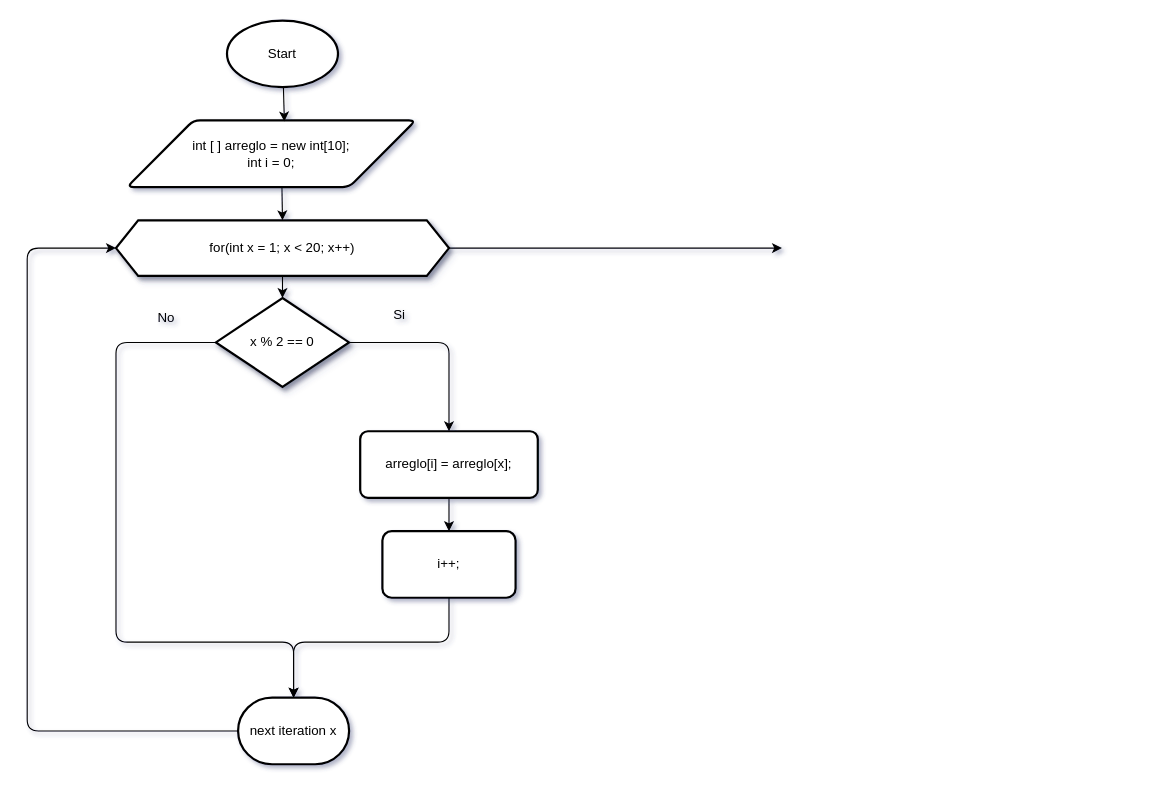
Above: ArregloNuumerosPares.drawio in AnthonyLozadaAlexander/DiagramaDeFlujos (draw.io), before the change. Source tidied: cells renumbered, new cells numbered last; positions are measured from the earlier drawing's top-left corner, leaving out a move shared by most shapes. Both pictures are drawn from the tidied source at 111%, with x=0, y=0 at pixel (27, 20).
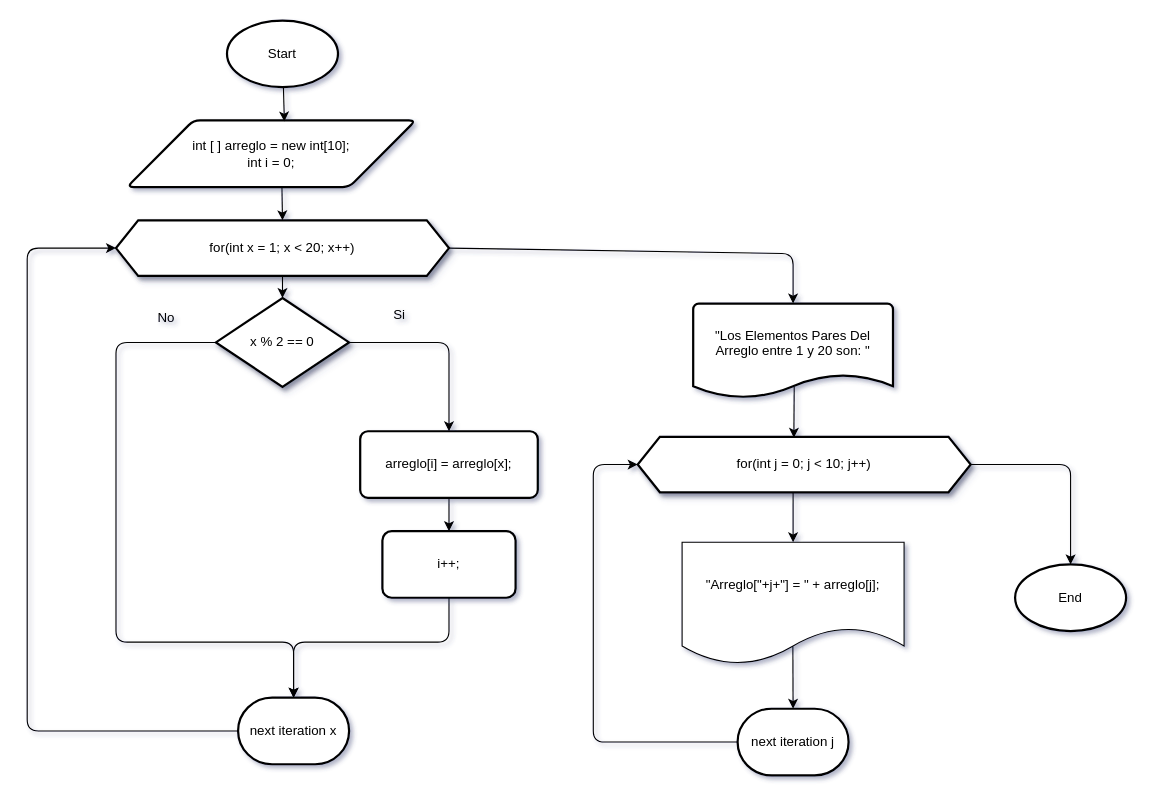
After the change.

Commit message:
Actualizar diagrama de flujo para inicializar un arreglo de números pares, ajustando dimensiones y agregando lógica para mostrar elementos pares.

Unchanged cells that the change refers to:
```xml
<mxCell id="7" value="for(int x = 1; x &amp;lt; 20; x++)" style="shape=hexagon;perimeter=hexagonPerimeter2;whiteSpace=wrap;html=1;fixedSize=1;strokeWidth=2;textShadow=0;shadow=1;" parent="1" vertex="1">
  <mxGeometry x="80" y="180" width="300" height="50" as="geometry" />
</mxCell>
```

The edit, as a diff of the source:
```diff
@@
-    <mxCell id="6" style="edgeStyle=none;html=1;" parent="1" edge="1" source="7">
+    <mxCell id="6" style="edgeStyle=none;html=1;entryX=0.5;entryY=0;entryDx=0;entryDy=0;entryPerimeter=0;exitX=1;exitY=0.5;exitDx=0;exitDy=0;" parent="1" edge="1" source="7" target="20">
       <mxGeometry relative="1" as="geometry">
-        <mxPoint x="680" y="205" as="targetPoint" />
+        <Array as="points">
+          <mxPoint x="690" y="210" />
+        </Array>
       </mxGeometry>
     </mxCell>
@@
+    <mxCell id="20" value="&quot;Los Elementos Pares Del Arreglo entre 1 y 20 son: &quot;&lt;div&gt;&lt;br&gt;&lt;/div&gt;" style="strokeWidth=2;html=1;shape=mxgraph.flowchart.document2;whiteSpace=wrap;size=0.25;" parent="1" vertex="1">
+      <mxGeometry x="600" y="255" width="180" height="85" as="geometry" />
+    </mxCell>
+    <mxCell id="21" value="for(int j = 0; j &amp;lt; 10; j++)" style="shape=hexagon;perimeter=hexagonPerimeter2;whiteSpace=wrap;html=1;fixedSize=1;strokeWidth=2;textShadow=0;shadow=1;" parent="1" vertex="1">
+      <mxGeometry x="550" y="375" width="300" height="50" as="geometry" />
+    </mxCell>
+    <mxCell id="22" style="edgeStyle=none;html=1;entryX=0.469;entryY=0.018;entryDx=0;entryDy=0;entryPerimeter=0;" parent="1" edge="1" target="21">
+      <mxGeometry relative="1" as="geometry">
+        <mxPoint x="691" y="330" as="sourcePoint" />
+      </mxGeometry>
+    </mxCell>
+    <mxCell id="23" style="edgeStyle=none;html=1;" parent="1" edge="1">
+      <mxGeometry relative="1" as="geometry">
+        <mxPoint x="690" y="425" as="sourcePoint" />
+        <mxPoint x="690" y="470" as="targetPoint" />
+      </mxGeometry>
+    </mxCell>
+    <mxCell id="24" value="&quot;Arreglo[&quot;+j+&quot;] = &quot; + arreglo[j];" style="shape=document;whiteSpace=wrap;html=1;boundedLbl=1;" parent="1" vertex="1">
+      <mxGeometry x="590" y="470" width="200" height="110" as="geometry" />
+    </mxCell>
+    <mxCell id="25" style="edgeStyle=none;html=1;entryX=0;entryY=0.5;entryDx=0;entryDy=0;" parent="1" edge="1" source="26" target="21">
+      <mxGeometry relative="1" as="geometry">
+        <Array as="points">
+          <mxPoint x="510" y="650" />
+          <mxPoint x="510" y="400" />
+        </Array>
+      </mxGeometry>
+    </mxCell>
+    <mxCell id="26" value="next iteration j" style="strokeWidth=2;html=1;shape=mxgraph.flowchart.terminator;whiteSpace=wrap;" parent="1" vertex="1">
+      <mxGeometry x="640" y="620" width="100" height="60" as="geometry" />
+    </mxCell>
+    <mxCell id="27" style="edgeStyle=none;html=1;entryX=0.5;entryY=0;entryDx=0;entryDy=0;entryPerimeter=0;exitX=0.499;exitY=0.853;exitDx=0;exitDy=0;exitPerimeter=0;" parent="1" edge="1" source="24" target="26">
+      <mxGeometry relative="1" as="geometry" />
+    </mxCell>
+    <mxCell id="28" value="End" style="strokeWidth=2;html=1;shape=mxgraph.flowchart.start_1;whiteSpace=wrap;" parent="1" vertex="1">
+      <mxGeometry x="890" y="490" width="100" height="60" as="geometry" />
+    </mxCell>
+    <mxCell id="29" style="edgeStyle=none;html=1;entryX=0.5;entryY=0;entryDx=0;entryDy=0;entryPerimeter=0;exitX=1;exitY=0.5;exitDx=0;exitDy=0;" parent="1" edge="1" source="21" target="28">
+      <mxGeometry relative="1" as="geometry">
+        <Array as="points">
+          <mxPoint x="940" y="400" />
+        </Array>
+      </mxGeometry>
+    </mxCell>
```
